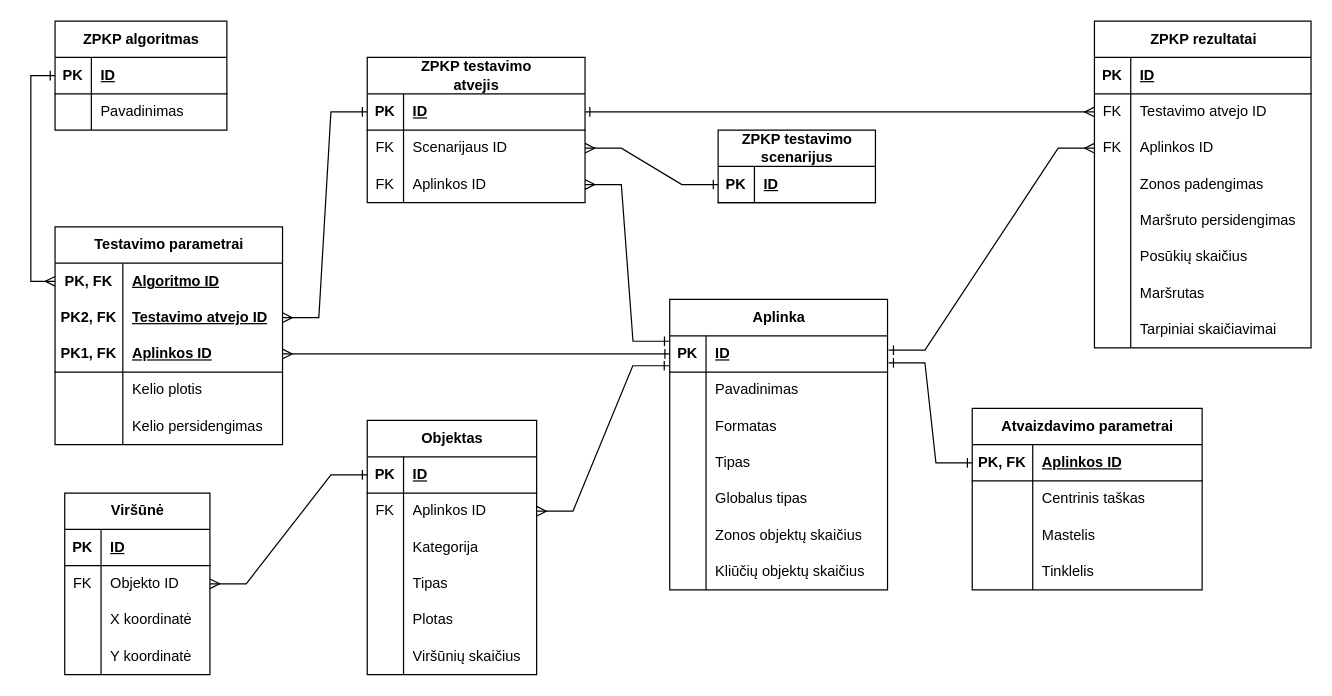
The draw.io diagram page "Logical DB" (7 of 7) of docs/diagrams/funkciniai-reikalavimai.drawio in jRmx0/Blade, before the edit. Source tidied: cells renumbered, new cells numbered last; positions are measured from the earlier drawing's top-left corner, leaving out a move shared by most shapes. Both pictures are drawn from the tidied source at 121%, with x=0, y=0 at pixel (54, 21).
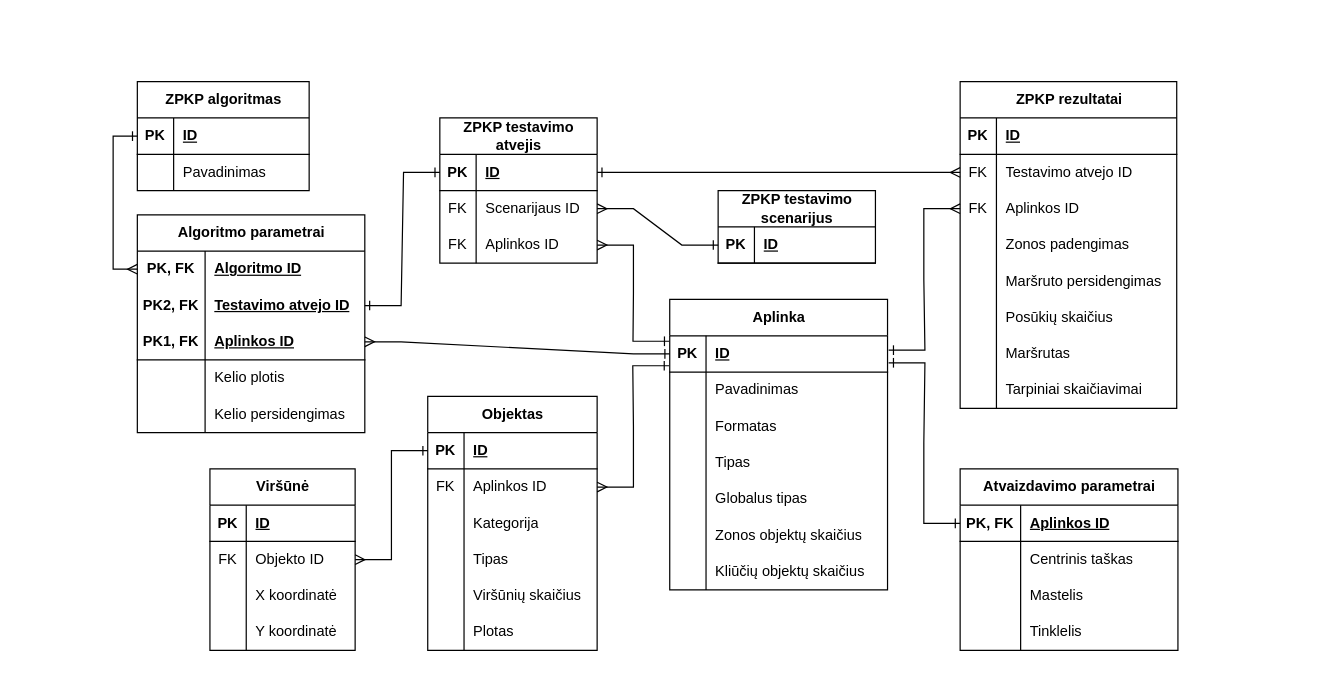
After the change.

The change refers to these unchanged cells:
```xml
<mxCell id="71" style="shape=tableRow;horizontal=0;startSize=0;swimlaneHead=0;swimlaneBody=0;fillColor=none;points=[[0,0.5],[1,0.5]];portConstraint=eastwest;top=0;left=0;right=0;bottom=0;" parent="67" vertex="1">
  <mxGeometry y="60" width="188" height="30" as="geometry" />
</mxCell>
```

What changed in the source:
```diff
@@
     <mxCell id="2" value="Objektas" style="shape=table;startSize=30;childLayout=tableLayout;rowLines=0;fontStyle=1;align=center;html=1;" parent="1" vertex="1">
-      <mxGeometry x="258" y="330" width="140" height="210" as="geometry" />
+      <mxGeometry x="308" y="310" width="140" height="210" as="geometry" />
     </mxCell>
@@
+    <mxCell id="18" style="shape=tableRow;horizontal=0;startSize=0;swimlaneHead=0;swimlaneBody=0;fillColor=none;top=0;left=0;right=0;bottom=0;" parent="2" vertex="1">
+      <mxGeometry y="150" width="140" height="30" as="geometry" />
+    </mxCell>
+    <mxCell id="19" style="shape=partialRectangle;fillColor=none;top=0;left=0;bottom=0;right=0;overflow=hidden;whiteSpace=wrap;html=1;" parent="18" vertex="1">
+      <mxGeometry width="30" height="30" as="geometry" />
+    </mxCell>
+    <mxCell id="20" value="Viršūnių skaičius" style="shape=partialRectangle;fillColor=none;top=0;left=0;bottom=0;right=0;align=left;spacingLeft=6;overflow=hidden;whiteSpace=wrap;html=1;" parent="18" vertex="1">
+      <mxGeometry x="30" width="110" height="30" as="geometry" />
+    </mxCell>
     <mxCell id="15" style="shape=tableRow;horizontal=0;startSize=0;swimlaneHead=0;swimlaneBody=0;fillColor=none;top=0;left=0;right=0;bottom=0;" parent="2" vertex="1">
-      <mxGeometry y="150" width="140" height="30" as="geometry" />
+      <mxGeometry y="180" width="140" height="30" as="geometry" />
     </mxCell>
@@
-    <mxCell id="18" style="shape=tableRow;horizontal=0;startSize=0;swimlaneHead=0;swimlaneBody=0;fillColor=none;top=0;left=0;right=0;bottom=0;" parent="2" vertex="1">
-      <mxGeometry y="180" width="140" height="30" as="geometry" />
-    </mxCell>
-    <mxCell id="19" style="shape=partialRectangle;fillColor=none;top=0;left=0;bottom=0;right=0;overflow=hidden;whiteSpace=wrap;html=1;" parent="18" vertex="1">
-      <mxGeometry width="30" height="30" as="geometry" />
-    </mxCell>
-    <mxCell id="20" value="Viršūnių skaičius" style="shape=partialRectangle;fillColor=none;top=0;left=0;bottom=0;right=0;align=left;spacingLeft=6;overflow=hidden;whiteSpace=wrap;html=1;" parent="18" vertex="1">
-      <mxGeometry x="30" width="110" height="30" as="geometry" />
-    </mxCell>
     <mxCell id="21" value="ZPKP rezultatai" style="shape=table;startSize=30;childLayout=tableLayout;rowLines=0;fontStyle=1;align=center;html=1;" parent="1" vertex="1">
-      <mxGeometry x="859" width="179" height="270" as="geometry" />
+      <mxGeometry x="748" y="50" width="179" height="270" as="geometry" />
     </mxCell>
@@
     <mxCell id="46" value="ZPKP algoritmas" style="shape=table;startSize=30;childLayout=tableLayout;rowLines=0;fontStyle=1;align=center;html=1;" parent="1" vertex="1">
-      <mxGeometry width="142" height="90" as="geometry" />
+      <mxGeometry x="68" y="50" width="142" height="90" as="geometry" />
     </mxCell>
@@
     <mxCell id="53" value="ZPKP testavimo &lt;br&gt;scenarijus" style="shape=table;startSize=30;childLayout=tableLayout;rowLines=0;fontStyle=1;align=center;html=1;" parent="1" vertex="1">
-      <mxGeometry x="548" y="90" width="130" height="60" as="geometry" />
+      <mxGeometry x="548" y="140" width="130" height="60" as="geometry" />
     </mxCell>
@@
     <mxCell id="57" value="ZPKP testavimo &lt;br&gt;atvejis" style="shape=table;startSize=30;childLayout=tableLayout;rowLines=0;fontStyle=1;align=center;html=1;" parent="1" vertex="1">
-      <mxGeometry x="258" y="30" width="180" height="120" as="geometry" />
+      <mxGeometry x="318" y="80" width="130" height="120" as="geometry" />
     </mxCell>
     <mxCell id="58" style="shape=tableRow;horizontal=0;startSize=0;swimlaneHead=0;swimlaneBody=0;fillColor=none;points=[[0,0.5],[1,0.5]];portConstraint=eastwest;top=0;left=0;right=0;bottom=1;" parent="57" vertex="1">
-      <mxGeometry y="30" width="180" height="30" as="geometry" />
+      <mxGeometry y="30" width="130" height="30" as="geometry" />
     </mxCell>
@@
     <mxCell id="60" value="ID" style="shape=partialRectangle;fillColor=none;top=0;left=0;bottom=0;right=0;align=left;spacingLeft=6;fontStyle=5;overflow=hidden;whiteSpace=wrap;html=1;" parent="58" vertex="1">
-      <mxGeometry x="30" width="150" height="30" as="geometry" />
+      <mxGeometry x="30" width="100" height="30" as="geometry" />
     </mxCell>
     <mxCell id="61" style="shape=tableRow;horizontal=0;startSize=0;swimlaneHead=0;swimlaneBody=0;fillColor=none;points=[[0,0.5],[1,0.5]];portConstraint=eastwest;top=0;left=0;right=0;bottom=0;" parent="57" vertex="1">
-      <mxGeometry y="60" width="180" height="30" as="geometry" />
+      <mxGeometry y="60" width="130" height="30" as="geometry" />
     </mxCell>
@@
     <mxCell id="63" value="Scenarijaus ID" style="shape=partialRectangle;fillColor=none;top=0;left=0;bottom=0;right=0;align=left;spacingLeft=6;overflow=hidden;whiteSpace=wrap;html=1;" parent="61" vertex="1">
-      <mxGeometry x="30" width="150" height="30" as="geometry" />
+      <mxGeometry x="30" width="100" height="30" as="geometry" />
     </mxCell>
     <mxCell id="64" style="shape=tableRow;horizontal=0;startSize=0;swimlaneHead=0;swimlaneBody=0;fillColor=none;points=[[0,0.5],[1,0.5]];portConstraint=eastwest;top=0;left=0;right=0;bottom=0;" parent="57" vertex="1">
-      <mxGeometry y="90" width="180" height="30" as="geometry" />
+      <mxGeometry y="90" width="130" height="30" as="geometry" />
     </mxCell>
@@
     <mxCell id="66" value="Aplinkos ID" style="shape=partialRectangle;fillColor=none;top=0;left=0;bottom=0;right=0;align=left;spacingLeft=6;overflow=hidden;whiteSpace=wrap;html=1;" parent="64" vertex="1">
-      <mxGeometry x="30" width="150" height="30" as="geometry" />
+      <mxGeometry x="30" width="100" height="30" as="geometry" />
     </mxCell>
-    <mxCell id="67" value="Testavimo parametrai" style="shape=table;startSize=30;childLayout=tableLayout;rowLines=0;fontStyle=1;align=center;html=1;" parent="1" vertex="1">
-      <mxGeometry y="170" width="188" height="180" as="geometry" />
+    <mxCell id="67" value="Algoritmo parametrai" style="shape=table;startSize=30;childLayout=tableLayout;rowLines=0;fontStyle=1;align=center;html=1;" parent="1" vertex="1">
+      <mxGeometry x="68" y="160" width="188" height="180" as="geometry" />
     </mxCell>
@@
-    <mxCell id="84" style="edgeStyle=entityRelationEdgeStyle;rounded=0;jettySize=auto;html=1;exitX=1;exitY=0.5;exitDx=0;exitDy=0;entryX=0;entryY=0.5;entryDx=0;entryDy=0;endArrow=ERone;endFill=0;startArrow=ERmany;startFill=0;" parent="1" edge="1" source="71" target="58">
-      <mxGeometry relative="1" as="geometry" />
-    </mxCell>
@@
     <mxCell id="109" value="Viršūnė" style="shape=table;startSize=30;childLayout=tableLayout;rowLines=0;fontStyle=1;align=center;html=1;" parent="1" vertex="1">
-      <mxGeometry x="8" y="390" width="120" height="150" as="geometry" />
+      <mxGeometry x="128" y="370" width="120" height="150" as="geometry" />
     </mxCell>
@@
     <mxCell id="123" value="Atvaizdavimo parametrai" style="shape=table;startSize=30;childLayout=tableLayout;rowLines=0;fontStyle=1;align=center;html=1;" parent="1" vertex="1">
-      <mxGeometry x="758" y="320" width="190" height="150" as="geometry" />
+      <mxGeometry x="748" y="370" width="180" height="150" as="geometry" />
     </mxCell>
     <mxCell id="124" style="shape=tableRow;horizontal=0;startSize=0;swimlaneHead=0;swimlaneBody=0;fillColor=none;points=[[0,0.5],[1,0.5]];portConstraint=eastwest;top=0;left=0;right=0;bottom=1;" parent="123" vertex="1">
-      <mxGeometry y="30" width="190" height="30" as="geometry" />
+      <mxGeometry y="30" width="180" height="30" as="geometry" />
     </mxCell>
@@
     <mxCell id="126" value="Aplinkos ID" style="shape=partialRectangle;fillColor=none;top=0;left=0;bottom=0;right=0;align=left;spacingLeft=6;fontStyle=5;overflow=hidden;whiteSpace=wrap;html=1;" parent="124" vertex="1">
-      <mxGeometry x="50" width="140" height="30" as="geometry" />
+      <mxGeometry x="50" width="130" height="30" as="geometry" />
     </mxCell>
     <mxCell id="127" style="shape=tableRow;horizontal=0;startSize=0;swimlaneHead=0;swimlaneBody=0;fillColor=none;top=0;left=0;right=0;bottom=0;" parent="123" vertex="1">
-      <mxGeometry y="60" width="190" height="30" as="geometry" />
+      <mxGeometry y="60" width="180" height="30" as="geometry" />
     </mxCell>
@@
     <mxCell id="129" value="Centrinis taškas" style="shape=partialRectangle;fillColor=none;top=0;left=0;bottom=0;right=0;align=left;spacingLeft=6;overflow=hidden;whiteSpace=wrap;html=1;" parent="127" vertex="1">
-      <mxGeometry x="50" width="140" height="30" as="geometry" />
+      <mxGeometry x="50" width="130" height="30" as="geometry" />
     </mxCell>
     <mxCell id="130" style="shape=tableRow;horizontal=0;startSize=0;swimlaneHead=0;swimlaneBody=0;fillColor=none;top=0;left=0;right=0;bottom=0;" parent="123" vertex="1">
-      <mxGeometry y="90" width="190" height="30" as="geometry" />
+      <mxGeometry y="90" width="180" height="30" as="geometry" />
     </mxCell>
@@
     <mxCell id="132" value="Mastelis" style="shape=partialRectangle;fillColor=none;top=0;left=0;bottom=0;right=0;align=left;spacingLeft=6;overflow=hidden;whiteSpace=wrap;html=1;" parent="130" vertex="1">
-      <mxGeometry x="50" width="140" height="30" as="geometry" />
+      <mxGeometry x="50" width="130" height="30" as="geometry" />
     </mxCell>
     <mxCell id="133" style="shape=tableRow;horizontal=0;startSize=0;swimlaneHead=0;swimlaneBody=0;fillColor=none;top=0;left=0;right=0;bottom=0;" parent="123" vertex="1">
-      <mxGeometry y="120" width="190" height="30" as="geometry" />
+      <mxGeometry y="120" width="180" height="30" as="geometry" />
     </mxCell>
@@
     <mxCell id="135" value="Tinklelis" style="shape=partialRectangle;fillColor=none;top=0;left=0;bottom=0;right=0;align=left;spacingLeft=6;overflow=hidden;whiteSpace=wrap;html=1;" parent="133" vertex="1">
-      <mxGeometry x="50" width="140" height="30" as="geometry" />
+      <mxGeometry x="50" width="130" height="30" as="geometry" />
     </mxCell>
@@
+    <mxCell id="84" style="edgeStyle=entityRelationEdgeStyle;rounded=0;jettySize=auto;html=1;exitX=0;exitY=0.5;exitDx=0;exitDy=0;entryX=1;entryY=0.5;entryDx=0;entryDy=0;endArrow=ERone;endFill=0;startArrow=ERone;startFill=0;" parent="1" edge="1" source="58" target="71">
+      <mxGeometry relative="1" as="geometry" />
+    </mxCell>
```
